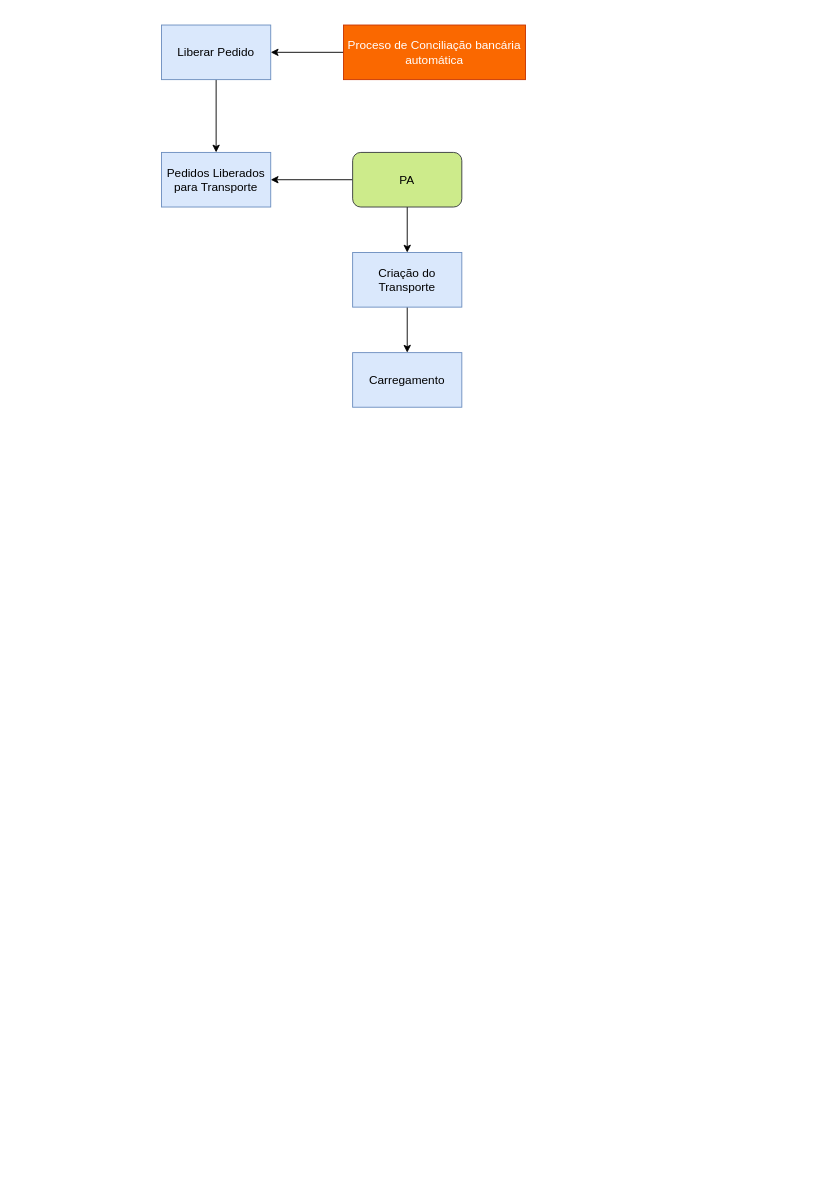
The draw.io diagram page "Entrega" (2 of 2) of OnlineSales.Alejandro.drawio in anlugifa/drawio, before the edit. Source tidied: cells renumbered, new cells numbered last; positions are measured from the earlier drawing's top-left corner, leaving out a move shared by most shapes. Both pictures are drawn from the tidied source at 91%, with x=0, y=0 at pixel (161, 25).
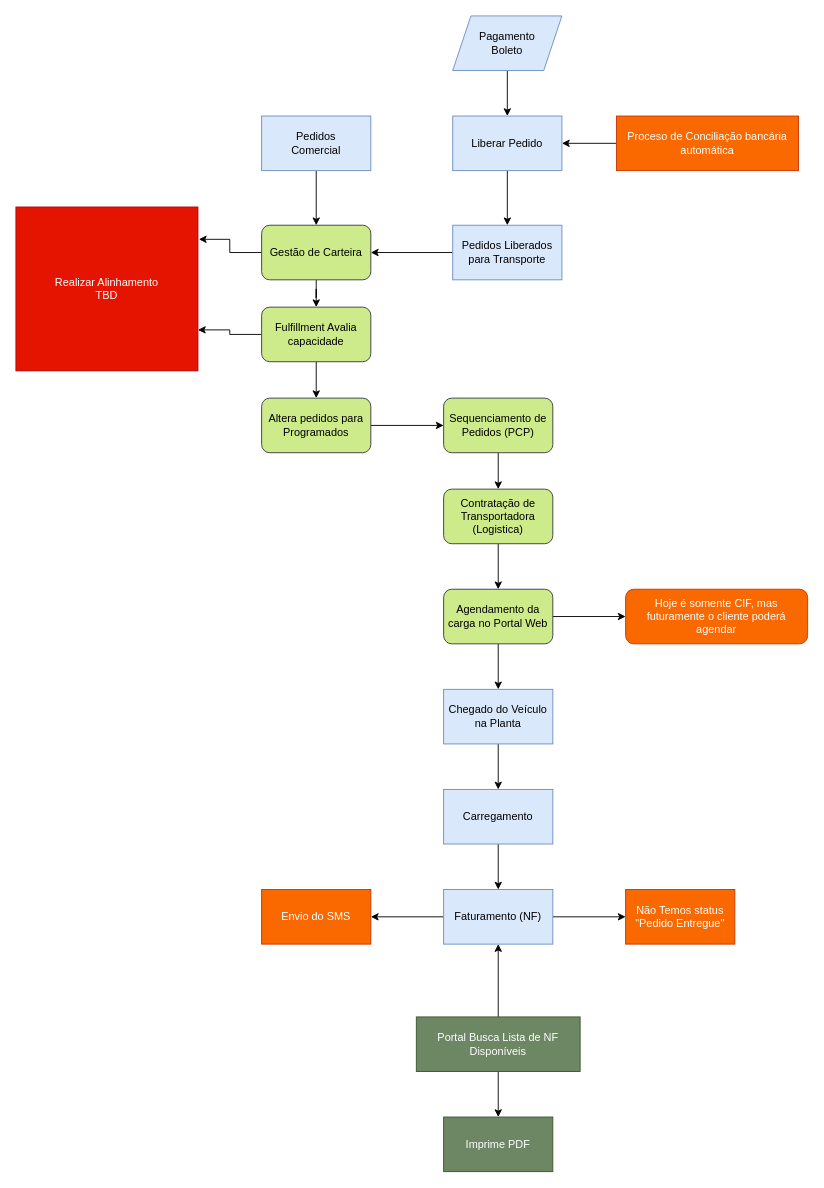
Above is the later version.

What changed in the source:
```diff
@@
-    <mxCell id="2" style="edgeStyle=orthogonalEdgeStyle;rounded=0;jettySize=auto;html=1;fontSize=13;fontColor=#000000;" parent="1" edge="1" source="3" target="4">
+    <mxCell id="2" style="edgeStyle=orthogonalEdgeStyle;rounded=0;jettySize=auto;html=1;fontSize=12;fontColor=#000000;" parent="1" edge="1" source="3" target="4">
       <mxGeometry relative="1" as="geometry" />
     </mxCell>
-    <mxCell id="3" value="Liberar Pedido" style="rounded=0;whiteSpace=wrap;html=1;strokeColor=#6c8ebf;fontSize=13;align=center;fillColor=#dae8fc;" parent="1" vertex="1">
-      <mxGeometry width="120" height="60" as="geometry" />
+    <mxCell id="3" value="Liberar Pedido" style="rounded=0;whiteSpace=wrap;html=1;strokeColor=#6c8ebf;fontSize=12;align=center;fillColor=#dae8fc;" parent="1" vertex="1">
+      <mxGeometry x="320" y="100" width="120" height="60" as="geometry" />
     </mxCell>
+    <mxCell id="13" style="edgeStyle=orthogonalEdgeStyle;rounded=0;jettySize=auto;html=1;entryX=1;entryY=0.5;entryDx=0;entryDy=0;fontSize=12;" parent="1" edge="1" source="4" target="19">
+      <mxGeometry relative="1" as="geometry" />
+    </mxCell>
-    <mxCell id="4" value="Pedidos Liberados para Transporte" style="whiteSpace=wrap;html=1;rounded=0;fontSize=13;strokeColor=#6c8ebf;fillColor=#dae8fc;" parent="1" vertex="1">
-      <mxGeometry y="140" width="120" height="60" as="geometry" />
+    <mxCell id="4" value="Pedidos Liberados para Transporte" style="whiteSpace=wrap;html=1;rounded=0;fontSize=12;strokeColor=#6c8ebf;fillColor=#dae8fc;" parent="1" vertex="1">
+      <mxGeometry x="320" y="220" width="120" height="60" as="geometry" />
     </mxCell>
-    <mxCell id="5" style="edgeStyle=orthogonalEdgeStyle;rounded=0;jettySize=auto;html=1;entryX=1;entryY=0.5;entryDx=0;entryDy=0;fontSize=13;fontColor=#000000;" parent="1" edge="1" source="6" target="3">
+    <mxCell id="5" style="edgeStyle=orthogonalEdgeStyle;rounded=0;jettySize=auto;html=1;entryX=1;entryY=0.5;entryDx=0;entryDy=0;fontSize=12;fontColor=#000000;" parent="1" edge="1" source="6" target="3">
       <mxGeometry relative="1" as="geometry" />
     </mxCell>
-    <mxCell id="6" value="Proceso de Conciliação bancária automática" style="rounded=0;whiteSpace=wrap;html=1;strokeColor=#C73500;fontSize=13;align=center;fillColor=#fa6800;fontColor=#ffffff;" parent="1" vertex="1">
-      <mxGeometry x="200" width="200" height="60" as="geometry" />
+    <mxCell id="6" value="Proceso de Conciliação bancária automática" style="rounded=0;whiteSpace=wrap;html=1;strokeColor=#C73500;fontSize=12;align=center;fillColor=#fa6800;fontColor=#ffffff;" parent="1" vertex="1">
+      <mxGeometry x="500" y="100" width="200" height="60" as="geometry" />
     </mxCell>
-    <mxCell id="7" style="edgeStyle=orthogonalEdgeStyle;rounded=0;jettySize=auto;html=1;fontSize=13;fontColor=#000000;" parent="1" edge="1" source="9" target="4">
-      <mxGeometry relative="1" as="geometry" />
-    </mxCell>
-    <mxCell id="8" style="edgeStyle=orthogonalEdgeStyle;rounded=0;jettySize=auto;html=1;fontSize=13;fontColor=#000000;" parent="1" edge="1" source="9" target="11">
-      <mxGeometry relative="1" as="geometry" />
-    </mxCell>
-    <mxCell id="9" value="PA" style="whiteSpace=wrap;html=1;rounded=1;fontSize=13;strokeColor=#36393d;fillColor=#cdeb8b;" parent="1" vertex="1">
-      <mxGeometry x="210" y="140" width="120" height="60" as="geometry" />
-    </mxCell>
-    <mxCell id="10" style="edgeStyle=orthogonalEdgeStyle;rounded=0;jettySize=auto;html=1;fontSize=13;fontColor=#000000;" parent="1" edge="1" source="11" target="12">
+    <mxCell id="10" style="edgeStyle=orthogonalEdgeStyle;rounded=0;jettySize=auto;html=1;fontSize=12;fontColor=#000000;" parent="1" edge="1" source="11" target="12">
       <mxGeometry relative="1" as="geometry" />
     </mxCell>
-    <mxCell id="11" value="Criação do Transporte" style="whiteSpace=wrap;html=1;rounded=0;fontSize=13;strokeColor=#6c8ebf;fillColor=#dae8fc;" parent="1" vertex="1">
-      <mxGeometry x="210" y="250" width="120" height="60" as="geometry" />
+    <mxCell id="11" value="Chegado do Veículo na Planta" style="whiteSpace=wrap;html=1;rounded=0;fontSize=12;strokeColor=#6c8ebf;fillColor=#dae8fc;" parent="1" vertex="1">
+      <mxGeometry x="310" y="730" width="120" height="60" as="geometry" />
     </mxCell>
+    <mxCell id="14" style="edgeStyle=orthogonalEdgeStyle;rounded=0;jettySize=auto;html=1;fontSize=12;" parent="1" edge="1" source="12" target="37">
+      <mxGeometry relative="1" as="geometry" />
+    </mxCell>
-    <mxCell id="12" value="Carregamento" style="whiteSpace=wrap;html=1;rounded=0;fontSize=13;strokeColor=#6c8ebf;fillColor=#dae8fc;" parent="1" vertex="1">
-      <mxGeometry x="210" y="360" width="120" height="60" as="geometry" />
+    <mxCell id="12" value="Carregamento" style="whiteSpace=wrap;html=1;rounded=0;fontSize=12;strokeColor=#6c8ebf;fillColor=#dae8fc;" parent="1" vertex="1">
+      <mxGeometry x="310" y="840" width="120" height="60" as="geometry" />
     </mxCell>
+    <mxCell id="15" style="edgeStyle=orthogonalEdgeStyle;rounded=0;jettySize=auto;html=1;entryX=0.5;entryY=0;entryDx=0;entryDy=0;fontSize=12;exitX=0.5;exitY=1;exitDx=0;exitDy=0;" parent="1" edge="1" source="16" target="3">
+      <mxGeometry relative="1" as="geometry" />
+    </mxCell>
+    <mxCell id="16" value="Pagamento &lt;br style=&quot;font-size: 12px;&quot;&gt;Boleto" style="shape=parallelogram;perimeter=parallelogramPerimeter;whiteSpace=wrap;html=1;fixedSize=1;rounded=0;fontSize=12;strokeColor=#6c8ebf;fillColor=#dae8fc;" parent="1" vertex="1">
+      <mxGeometry x="320" y="-10" width="120" height="60" as="geometry" />
+    </mxCell>
+    <mxCell id="17" style="edgeStyle=orthogonalEdgeStyle;rounded=0;jettySize=auto;html=1;fontSize=12;" parent="1" edge="1" source="19" target="22">
+      <mxGeometry relative="1" as="geometry" />
+    </mxCell>
+    <mxCell id="18" style="edgeStyle=orthogonalEdgeStyle;rounded=0;jettySize=auto;html=1;entryX=1.005;entryY=0.197;entryDx=0;entryDy=0;entryPerimeter=0;fontSize=12;" parent="1" edge="1" source="19" target="27">
+      <mxGeometry relative="1" as="geometry" />
+    </mxCell>
+    <mxCell id="19" value="Gestão de Carteira" style="whiteSpace=wrap;html=1;rounded=1;fontSize=12;strokeColor=#36393d;fillColor=#cdeb8b;" parent="1" vertex="1">
+      <mxGeometry x="110" y="220" width="120" height="60" as="geometry" />
+    </mxCell>
+    <mxCell id="20" style="edgeStyle=orthogonalEdgeStyle;rounded=0;jettySize=auto;html=1;fontSize=12;" parent="1" edge="1" source="22" target="24">
+      <mxGeometry relative="1" as="geometry" />
+    </mxCell>
+    <mxCell id="21" style="edgeStyle=orthogonalEdgeStyle;rounded=0;jettySize=auto;html=1;entryX=1;entryY=0.75;entryDx=0;entryDy=0;fontSize=12;" parent="1" edge="1" source="22" target="27">
+      <mxGeometry relative="1" as="geometry" />
+    </mxCell>
+    <mxCell id="22" value="Fulfillment Avalia capacidade" style="whiteSpace=wrap;html=1;rounded=1;fontSize=12;strokeColor=#36393d;fillColor=#cdeb8b;" parent="1" vertex="1">
+      <mxGeometry x="110" y="310" width="120" height="60" as="geometry" />
+    </mxCell>
+    <mxCell id="23" style="edgeStyle=orthogonalEdgeStyle;rounded=0;jettySize=auto;html=1;fontSize=12;" parent="1" edge="1" source="24" target="29">
+      <mxGeometry relative="1" as="geometry" />
+    </mxCell>
+    <mxCell id="24" value="Altera pedidos para Programados" style="whiteSpace=wrap;html=1;rounded=1;fontSize=12;strokeColor=#36393d;fillColor=#cdeb8b;" parent="1" vertex="1">
+      <mxGeometry x="110" y="410" width="120" height="60" as="geometry" />
+    </mxCell>
+    <mxCell id="25" style="edgeStyle=orthogonalEdgeStyle;rounded=0;jettySize=auto;html=1;fontSize=12;" parent="1" edge="1" source="26" target="19">
+      <mxGeometry relative="1" as="geometry" />
+    </mxCell>
+    <mxCell id="26" value="Pedidos &lt;br style=&quot;font-size: 12px;&quot;&gt;Comercial" style="rounded=0;whiteSpace=wrap;html=1;strokeColor=#6c8ebf;fontSize=12;align=center;fillColor=#dae8fc;" parent="1" vertex="1">
+      <mxGeometry x="110" y="100" width="120" height="60" as="geometry" />
+    </mxCell>
+    <mxCell id="27" value="Realizar Alinhamento&lt;br style=&quot;font-size: 12px;&quot;&gt;TBD" style="rounded=0;whiteSpace=wrap;html=1;strokeColor=#B20000;fontSize=12;align=center;fillColor=#e51400;fontColor=#ffffff;" parent="1" vertex="1">
+      <mxGeometry x="-160" y="200" width="200" height="180" as="geometry" />
+    </mxCell>
+    <mxCell id="28" style="edgeStyle=orthogonalEdgeStyle;rounded=0;jettySize=auto;html=1;fontSize=12;" parent="1" edge="1" source="29" target="31">
+      <mxGeometry relative="1" as="geometry" />
+    </mxCell>
+    <mxCell id="29" value="Sequenciamento de Pedidos (PCP)" style="whiteSpace=wrap;html=1;rounded=1;fontSize=12;strokeColor=#36393d;fillColor=#cdeb8b;" parent="1" vertex="1">
+      <mxGeometry x="310" y="410" width="120" height="60" as="geometry" />
+    </mxCell>
+    <mxCell id="30" style="edgeStyle=orthogonalEdgeStyle;rounded=0;jettySize=auto;html=1;fontSize=12;" parent="1" edge="1" source="31" target="34">
+      <mxGeometry relative="1" as="geometry" />
+    </mxCell>
+    <mxCell id="31" value="Contratação de Transportadora&lt;br style=&quot;font-size: 12px;&quot;&gt;(Logistica)" style="whiteSpace=wrap;html=1;rounded=1;fontSize=12;strokeColor=#36393d;fillColor=#cdeb8b;" parent="1" vertex="1">
+      <mxGeometry x="310" y="510" width="120" height="60" as="geometry" />
+    </mxCell>
+    <mxCell id="32" style="edgeStyle=orthogonalEdgeStyle;rounded=0;jettySize=auto;html=1;fontSize=12;" parent="1" edge="1" source="34" target="11">
+      <mxGeometry relative="1" as="geometry" />
+    </mxCell>
+    <mxCell id="33" style="edgeStyle=orthogonalEdgeStyle;rounded=0;jettySize=auto;html=1;fontSize=12;" parent="1" edge="1" source="34" target="40">
+      <mxGeometry relative="1" as="geometry" />
+    </mxCell>
+    <mxCell id="34" value="Agendamento da carga no Portal Web" style="whiteSpace=wrap;html=1;rounded=1;fontSize=12;strokeColor=#36393d;fillColor=#cdeb8b;" parent="1" vertex="1">
+      <mxGeometry x="310" y="620" width="120" height="60" as="geometry" />
+    </mxCell>
+    <mxCell id="35" style="edgeStyle=orthogonalEdgeStyle;rounded=0;jettySize=auto;html=1;fontSize=12;" parent="1" edge="1" source="37" target="38">
+      <mxGeometry relative="1" as="geometry" />
+    </mxCell>
+    <mxCell id="36" style="edgeStyle=orthogonalEdgeStyle;rounded=0;jettySize=auto;html=1;fontSize=12;" parent="1" edge="1" source="37" target="39">
+      <mxGeometry relative="1" as="geometry" />
+    </mxCell>
+    <mxCell id="37" value="Faturamento (NF)" style="whiteSpace=wrap;html=1;rounded=0;fontSize=12;strokeColor=#6c8ebf;fillColor=#dae8fc;" parent="1" vertex="1">
+      <mxGeometry x="310" y="950" width="120" height="60" as="geometry" />
+    </mxCell>
+    <mxCell id="38" value="Não Temos status &quot;Pedido Entregue&quot;" style="whiteSpace=wrap;html=1;rounded=0;fontSize=12;strokeColor=#C73500;fillColor=#fa6800;fontColor=#ffffff;" parent="1" vertex="1">
+      <mxGeometry x="510" y="950" width="120" height="60" as="geometry" />
+    </mxCell>
+    <mxCell id="39" value="Envio do SMS" style="whiteSpace=wrap;html=1;rounded=0;fontSize=12;strokeColor=#C73500;fillColor=#fa6800;fontColor=#ffffff;" parent="1" vertex="1">
+      <mxGeometry x="110" y="950" width="120" height="60" as="geometry" />
+    </mxCell>
+    <mxCell id="40" value="Hoje é somente CIF, mas futuramente o cliente poderá agendar" style="whiteSpace=wrap;html=1;rounded=1;fontSize=12;strokeColor=#C73500;fillColor=#fa6800;fontColor=#ffffff;" parent="1" vertex="1">
+      <mxGeometry x="510" y="620" width="200" height="60" as="geometry" />
+    </mxCell>
+    <mxCell id="41" style="edgeStyle=orthogonalEdgeStyle;rounded=0;jettySize=auto;html=1;entryX=0.5;entryY=1;entryDx=0;entryDy=0;fontSize=12;" parent="1" edge="1" source="43" target="37">
+      <mxGeometry relative="1" as="geometry" />
+    </mxCell>
+    <mxCell id="42" style="edgeStyle=orthogonalEdgeStyle;rounded=0;jettySize=auto;html=1;fontSize=12;" parent="1" edge="1" source="43" target="44">
+      <mxGeometry relative="1" as="geometry" />
+    </mxCell>
+    <mxCell id="43" value="Portal Busca Lista de NF Disponíveis" style="whiteSpace=wrap;html=1;rounded=0;fontSize=12;strokeColor=#3A5431;fillColor=#6d8764;fontColor=#ffffff;" parent="1" vertex="1">
+      <mxGeometry x="280" y="1090" width="180" height="60" as="geometry" />
+    </mxCell>
+    <mxCell id="44" value="Imprime PDF" style="whiteSpace=wrap;html=1;rounded=0;fontSize=12;fontColor=#ffffff;strokeColor=#3A5431;fillColor=#6d8764;" parent="1" vertex="1">
+      <mxGeometry x="310" y="1200" width="120" height="60" as="geometry" />
+    </mxCell>
```
